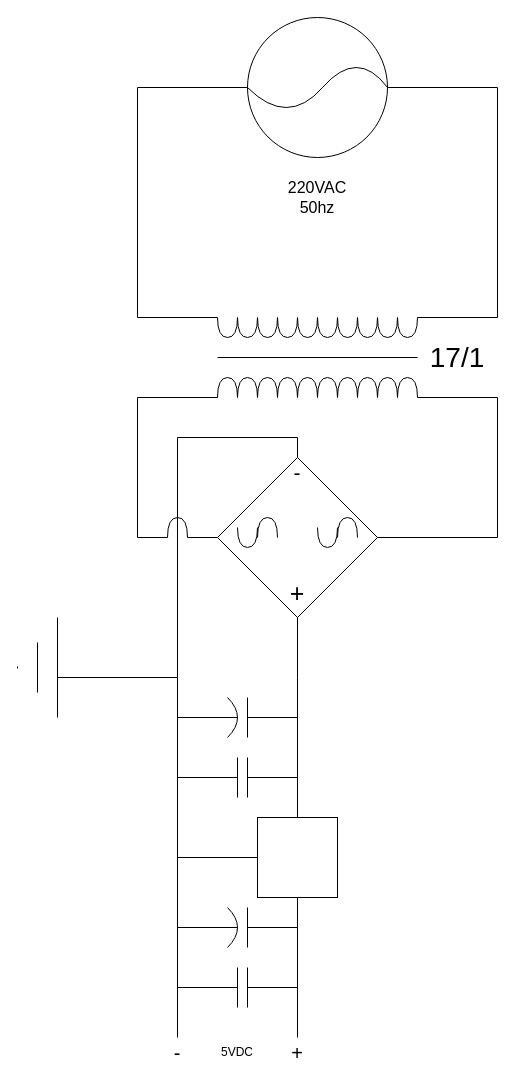
This is Functional diagram PSU.drawio from DanielDimitrov123/Smart-Domophone, a draw.io file, before an edit. Source tidied: cells renumbered, new cells numbered last; positions are measured from the earlier drawing's top-left corner, leaving out a move shared by most shapes. Both pictures are drawn from the tidied source at 100%, with x=0, y=0 at pixel (17, 17).
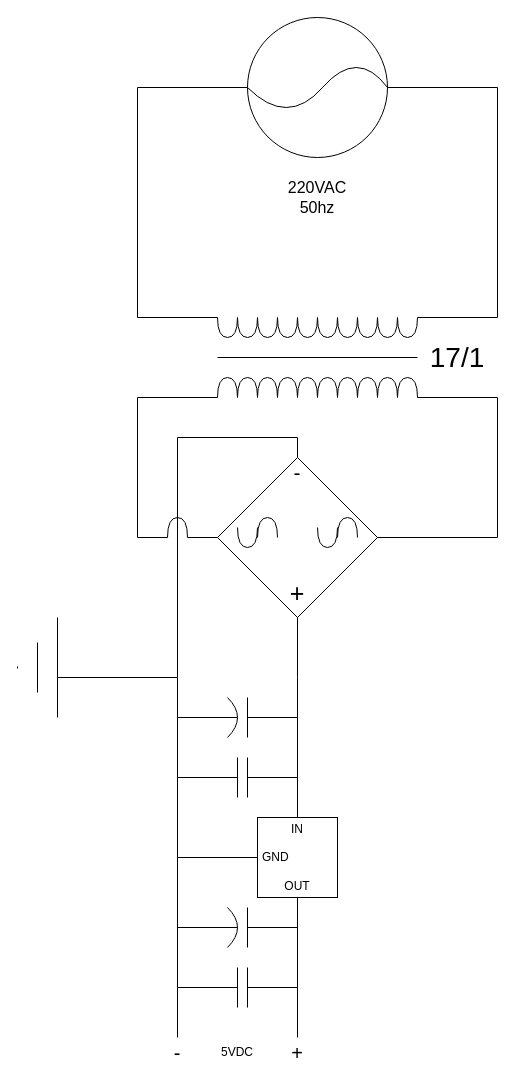
The same page after the edit.

Diff of the diagram source:
```diff
@@
-    <mxCell id="64" style="whiteSpace=wrap;html=1;" parent="1" vertex="1">
+    <mxCell id="64" value="IN&lt;div&gt;&lt;div&gt;&lt;br&gt;&lt;/div&gt;&lt;div&gt;GND&amp;nbsp; &amp;nbsp; &amp;nbsp; &amp;nbsp; &amp;nbsp; &amp;nbsp; &amp;nbsp;&lt;/div&gt;&lt;div&gt;&lt;br&gt;&lt;/div&gt;&lt;div&gt;OUT&lt;/div&gt;&lt;/div&gt;" style="whiteSpace=wrap;html=1;" parent="1" vertex="1">
       <mxGeometry x="240" y="800" width="80" height="80" as="geometry" />
     </mxCell>
```
